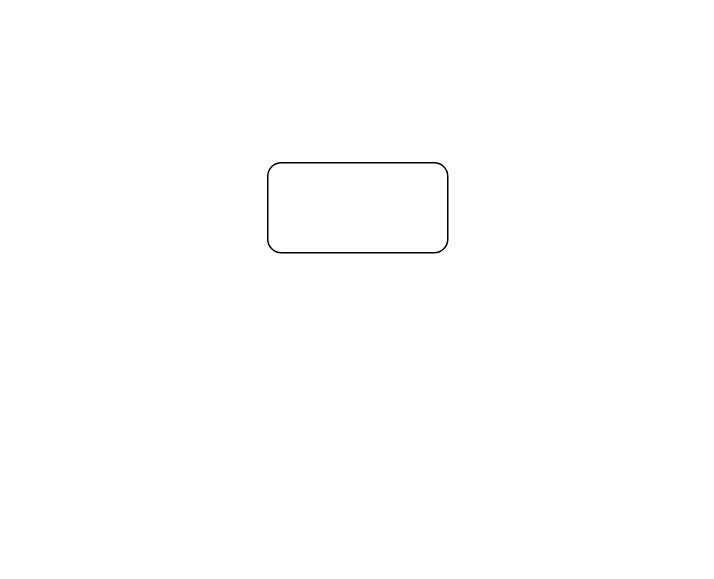
This is assets/flowchart/Untitled Diagram.drawio from Wurby/clip_combinator, a draw.io file, before an edit. Source tidied: cells renumbered, new cells numbered last; positions are measured from the earlier drawing's top-left corner, leaving out a move shared by most shapes. Both pictures are drawn from the tidied source at 150%, with x=0, y=0 at pixel (267, 162).
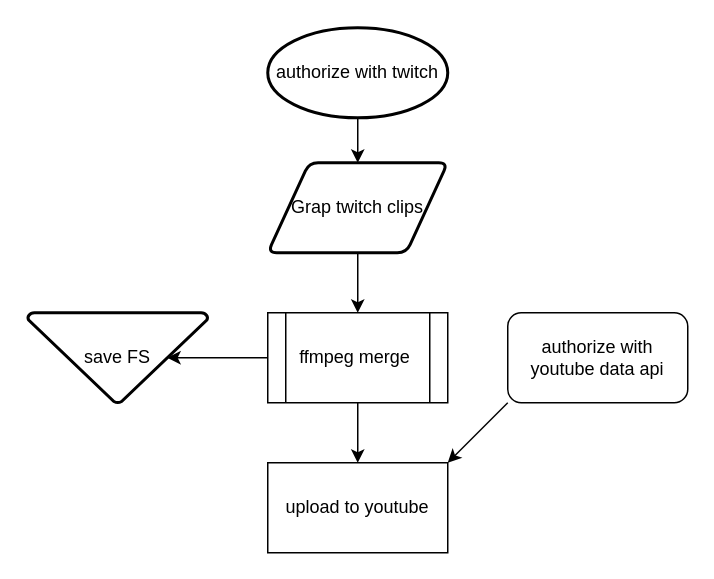
After the change.

The edit, as a diff of the source:
```diff
@@
 <mxGraphModel>
   <root>
     <mxCell id="0" />
     <mxCell id="1" parent="0" />
-    <mxCell id="2" style="rounded=1;whiteSpace=wrap;html=1;" parent="1" vertex="1">
+    <mxCell id="2" value="Grap twitch clips" style="shape=parallelogram;html=1;strokeWidth=2;perimeter=parallelogramPerimeter;whiteSpace=wrap;rounded=1;arcSize=12;size=0.23;fontFamily=Helvetica;fontSize=12;fontColor=rgb(0, 0, 0);align=center;strokeColor=rgb(0, 0, 0);fillColor=rgb(255, 255, 255);" parent="1" vertex="1">
       <mxGeometry width="120" height="60" as="geometry" />
     </mxCell>
+    <mxCell id="3" style="endArrow=classic;html=1;rounded=0;exitX=0.5;exitY=1;exitDx=0;exitDy=0;entryX=0.5;entryY=0;entryDx=0;entryDy=0;" parent="1" edge="1" source="2" target="4">
+      <mxGeometry relative="1" as="geometry" />
+    </mxCell>
+    <mxCell id="4" value="ffmpeg merge&amp;nbsp;" style="shape=process;whiteSpace=wrap;html=1;backgroundOutline=1;fontFamily=Helvetica;fontSize=12;fontColor=rgb(0, 0, 0);align=center;strokeColor=rgb(0, 0, 0);fillColor=rgb(255, 255, 255);" parent="1" vertex="1">
+      <mxGeometry y="100" width="120" height="60" as="geometry" />
+    </mxCell>
+    <mxCell id="5" value="authorize with twitch" style="strokeWidth=2;html=1;shape=mxgraph.flowchart.start_1;whiteSpace=wrap;fontFamily=Helvetica;fontSize=12;fontColor=rgb(0, 0, 0);align=center;strokeColor=rgb(0, 0, 0);fillColor=rgb(255, 255, 255);" parent="1" vertex="1">
+      <mxGeometry y="-90" width="120" height="60" as="geometry" />
+    </mxCell>
+    <mxCell id="6" style="endArrow=classic;html=1;rounded=0;exitX=0.5;exitY=1;exitDx=0;exitDy=0;entryX=0.5;entryY=0;entryDx=0;entryDy=0;" parent="1" edge="1" source="5" target="2">
+      <mxGeometry relative="1" as="geometry" />
+    </mxCell>
+    <mxCell id="7" style="endArrow=classic;html=1;rounded=0;exitX=0;exitY=0.5;exitDx=0;exitDy=0;entryX=0.775;entryY=0.5;entryDx=0;entryDy=0;entryPerimeter=0;" parent="1" edge="1" source="4" target="8">
+      <mxGeometry relative="1" as="geometry" />
+    </mxCell>
+    <mxCell id="8" value="save FS" style="strokeWidth=2;html=1;shape=mxgraph.flowchart.merge_or_storage;whiteSpace=wrap;fontFamily=Helvetica;fontSize=12;fontColor=rgb(0, 0, 0);align=center;strokeColor=rgb(0, 0, 0);fillColor=rgb(255, 255, 255);" parent="1" vertex="1">
+      <mxGeometry x="-160" y="100" width="120" height="60" as="geometry" />
+    </mxCell>
+    <mxCell id="9" style="endArrow=classic;html=1;rounded=0;exitX=0.5;exitY=1;exitDx=0;exitDy=0;entryX=0.5;entryY=0;entryDx=0;entryDy=0;" parent="1" edge="1" source="4" target="10">
+      <mxGeometry relative="1" as="geometry" />
+    </mxCell>
+    <mxCell id="10" value="upload to youtube" style="rounded=0;whiteSpace=wrap;html=1;" parent="1" vertex="1">
+      <mxGeometry y="200" width="120" height="60" as="geometry" />
+    </mxCell>
+    <mxCell id="11" value="authorize with youtube data api" style="rounded=1;whiteSpace=wrap;html=1;" parent="1" vertex="1">
+      <mxGeometry x="160" y="100" width="120" height="60" as="geometry" />
+    </mxCell>
+    <mxCell id="12" style="endArrow=classic;html=1;rounded=0;exitX=0;exitY=1;exitDx=0;exitDy=0;entryX=1;entryY=0;entryDx=0;entryDy=0;" parent="1" edge="1" source="11" target="10">
+      <mxGeometry relative="1" as="geometry" />
+    </mxCell>
   </root>
 </mxGraphModel>
```
